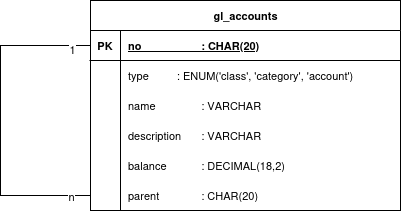
julien-zigan/Kontenplan.Server keeps this draw.io diagram as docs/datamodels/rm/GL_Account.RM.drawio.png. Above is the earlier version. Source tidied: cells renumbered, new cells last; positions are measured from the earlier drawing's top-left corner, leaving out a move shared by most shapes. Source of this version:
```xml
<mxGraphModel>
  <root>
    <mxCell id="0" />
    <mxCell id="1" parent="0" />
    <mxCell id="2" style="edgeStyle=orthogonalEdgeStyle;shape=connector;rounded=0;jettySize=auto;html=1;entryX=0;entryY=0.5;entryDx=0;entryDy=0;strokeColor=default;align=center;verticalAlign=middle;fontFamily=Helvetica;fontSize=11;fontColor=default;labelBackgroundColor=default;endArrow=none;endFill=0;" parent="1" edge="1" source="21" target="6">
      <mxGeometry relative="1" as="geometry">
        <Array as="points">
          <mxPoint y="195" />
          <mxPoint y="45" />
        </Array>
      </mxGeometry>
    </mxCell>
    <mxCell id="3" value="n" style="edgeLabel;html=1;align=center;verticalAlign=middle;fontFamily=Helvetica;fontSize=11;fontColor=default;labelBackgroundColor=default;" parent="2" vertex="1">
      <mxGeometry x="-0.88" relative="1" as="geometry" />
    </mxCell>
    <mxCell id="4" value="1" style="edgeLabel;html=1;align=center;verticalAlign=middle;fontFamily=Helvetica;fontSize=11;fontColor=default;labelBackgroundColor=default;" parent="2" vertex="1">
      <mxGeometry x="0.89" y="-3" relative="1" as="geometry" />
    </mxCell>
    <mxCell id="5" value="gl_accounts" style="shape=table;startSize=30;rowLines=0;fontStyle=1;align=center;html=1;fontFamily=Helvetica;fontSize=11;fontColor=default;labelBackgroundColor=default;" parent="1" vertex="1">
      <mxGeometry x="90" width="310" height="210" as="geometry" />
    </mxCell>
    <mxCell id="6" style="shape=tableRow;horizontal=0;startSize=0;swimlaneHead=0;swimlaneBody=0;fillColor=none;points=[[0,0.5],[1,0.5]];portConstraint=eastwest;top=0;left=0;right=0;bottom=1;fontFamily=Helvetica;fontSize=11;fontColor=default;labelBackgroundColor=default;" parent="5" vertex="1">
      <mxGeometry y="30" width="310" height="30" as="geometry" />
    </mxCell>
    <mxCell id="7" value="PK" style="shape=partialRectangle;fillColor=none;top=0;left=0;bottom=0;right=0;fontStyle=1;overflow=hidden;whiteSpace=wrap;html=1;fontFamily=Helvetica;fontSize=11;fontColor=default;labelBackgroundColor=default;" parent="6" vertex="1">
      <mxGeometry width="30" height="30" as="geometry" />
    </mxCell>
    <mxCell id="8" value="no&lt;span style=&quot;white-space: pre;&quot;&gt;&#9;&lt;span style=&quot;white-space: pre;&quot;&gt;&#9;&lt;/span&gt;&lt;span style=&quot;white-space: pre;&quot;&gt;&#9;&lt;/span&gt;: CHAR(20)&lt;/span&gt;" style="shape=partialRectangle;fillColor=none;top=0;left=0;bottom=0;right=0;align=left;spacingLeft=6;fontStyle=5;overflow=hidden;whiteSpace=wrap;html=1;fontFamily=Helvetica;fontSize=11;fontColor=default;labelBackgroundColor=default;" parent="6" vertex="1">
      <mxGeometry x="30" width="280" height="30" as="geometry" />
    </mxCell>
    <mxCell id="9" style="shape=tableRow;horizontal=0;startSize=0;swimlaneHead=0;swimlaneBody=0;fillColor=none;top=0;left=0;right=0;bottom=0;fontFamily=Helvetica;fontSize=11;fontColor=default;labelBackgroundColor=default;" parent="5" vertex="1">
      <mxGeometry y="60" width="310" height="30" as="geometry" />
    </mxCell>
    <mxCell id="10" style="shape=partialRectangle;fillColor=none;top=0;left=0;bottom=0;right=0;overflow=hidden;whiteSpace=wrap;html=1;fontFamily=Helvetica;fontSize=11;fontColor=default;labelBackgroundColor=default;" parent="9" vertex="1">
      <mxGeometry width="30" height="30" as="geometry" />
    </mxCell>
    <mxCell id="11" value="type&lt;span style=&quot;white-space: pre;&quot;&gt;&#9;&lt;/span&gt;&lt;span style=&quot;white-space: pre;&quot;&gt;&#9;&lt;/span&gt;: ENUM('class', 'category', 'account')" style="shape=partialRectangle;fillColor=none;top=0;left=0;bottom=0;right=0;align=left;spacingLeft=6;overflow=hidden;whiteSpace=wrap;html=1;fontFamily=Helvetica;fontSize=11;fontColor=default;labelBackgroundColor=default;" parent="9" vertex="1">
      <mxGeometry x="30" width="280" height="30" as="geometry" />
    </mxCell>
    <mxCell id="12" style="shape=tableRow;horizontal=0;startSize=0;swimlaneHead=0;swimlaneBody=0;fillColor=none;top=0;left=0;right=0;bottom=0;fontFamily=Helvetica;fontSize=11;fontColor=default;labelBackgroundColor=default;" parent="5" vertex="1">
      <mxGeometry y="90" width="310" height="30" as="geometry" />
    </mxCell>
    <mxCell id="13" style="shape=partialRectangle;fillColor=none;top=0;left=0;bottom=0;right=0;overflow=hidden;whiteSpace=wrap;html=1;fontFamily=Helvetica;fontSize=11;fontColor=default;labelBackgroundColor=default;" parent="12" vertex="1">
      <mxGeometry width="30" height="30" as="geometry" />
    </mxCell>
    <mxCell id="14" value="name&lt;span style=&quot;white-space: pre;&quot;&gt;&#9;&lt;/span&gt;&lt;span style=&quot;white-space: pre;&quot;&gt;&#9;: VARCHAR&lt;/span&gt;" style="shape=partialRectangle;fillColor=none;top=0;left=0;bottom=0;right=0;align=left;spacingLeft=6;overflow=hidden;whiteSpace=wrap;html=1;fontFamily=Helvetica;fontSize=11;fontColor=default;labelBackgroundColor=default;" parent="12" vertex="1">
      <mxGeometry x="30" width="280" height="30" as="geometry" />
    </mxCell>
    <mxCell id="15" style="shape=tableRow;horizontal=0;startSize=0;swimlaneHead=0;swimlaneBody=0;fillColor=none;top=0;left=0;right=0;bottom=0;fontFamily=Helvetica;fontSize=11;fontColor=default;labelBackgroundColor=default;" parent="5" vertex="1">
      <mxGeometry y="120" width="310" height="30" as="geometry" />
    </mxCell>
    <mxCell id="16" style="shape=partialRectangle;fillColor=none;top=0;left=0;bottom=0;right=0;overflow=hidden;whiteSpace=wrap;html=1;fontFamily=Helvetica;fontSize=11;fontColor=default;labelBackgroundColor=default;" parent="15" vertex="1">
      <mxGeometry width="30" height="30" as="geometry" />
    </mxCell>
    <mxCell id="17" value="&lt;div&gt;description&lt;span style=&quot;white-space: pre;&quot;&gt;&#9;&lt;/span&gt;: VARCHAR&lt;/div&gt;" style="shape=partialRectangle;fillColor=none;top=0;left=0;bottom=0;right=0;align=left;spacingLeft=6;overflow=hidden;whiteSpace=wrap;html=1;fontFamily=Helvetica;fontSize=11;fontColor=default;labelBackgroundColor=default;" parent="15" vertex="1">
      <mxGeometry x="30" width="280" height="30" as="geometry" />
    </mxCell>
    <mxCell id="18" style="shape=tableRow;horizontal=0;startSize=0;swimlaneHead=0;swimlaneBody=0;fillColor=none;top=0;left=0;right=0;bottom=0;fontFamily=Helvetica;fontSize=11;fontColor=default;labelBackgroundColor=default;" parent="5" vertex="1">
      <mxGeometry y="150" width="310" height="30" as="geometry" />
    </mxCell>
    <mxCell id="19" style="shape=partialRectangle;fillColor=none;top=0;left=0;bottom=0;right=0;overflow=hidden;whiteSpace=wrap;html=1;fontFamily=Helvetica;fontSize=11;fontColor=default;labelBackgroundColor=default;" parent="18" vertex="1">
      <mxGeometry width="30" height="30" as="geometry" />
    </mxCell>
    <mxCell id="20" value="balance&lt;span style=&quot;white-space: pre;&quot;&gt;&#9;&lt;/span&gt;&lt;span style=&quot;white-space: pre;&quot;&gt;&#9;&lt;/span&gt;: DECIMAL(18,2)" style="shape=partialRectangle;fillColor=none;top=0;left=0;bottom=0;right=0;align=left;spacingLeft=6;overflow=hidden;whiteSpace=wrap;html=1;fontFamily=Helvetica;fontSize=11;fontColor=default;labelBackgroundColor=default;" parent="18" vertex="1">
      <mxGeometry x="30" width="280" height="30" as="geometry" />
    </mxCell>
    <mxCell id="21" style="shape=tableRow;horizontal=0;startSize=0;swimlaneHead=0;swimlaneBody=0;fillColor=none;points=[[0,0.5],[1,0.5]];portConstraint=eastwest;top=0;left=0;right=0;bottom=0;fontFamily=Helvetica;fontSize=11;fontColor=default;labelBackgroundColor=default;" parent="5" vertex="1">
      <mxGeometry y="180" width="310" height="30" as="geometry" />
    </mxCell>
    <mxCell id="22" style="shape=partialRectangle;fillColor=none;top=0;left=0;bottom=0;right=0;overflow=hidden;whiteSpace=wrap;html=1;fontFamily=Helvetica;fontSize=11;fontColor=default;labelBackgroundColor=default;" parent="21" vertex="1">
      <mxGeometry width="30" height="30" as="geometry" />
    </mxCell>
    <mxCell id="23" value="&lt;span style=&quot;white-space: pre;&quot;&gt;parent&#9;&lt;/span&gt;&lt;span style=&quot;white-space: pre;&quot;&gt;&#9;&lt;/span&gt;: CHAR(20)" style="shape=partialRectangle;fillColor=none;top=0;left=0;bottom=0;right=0;align=left;spacingLeft=6;overflow=hidden;whiteSpace=wrap;html=1;fontFamily=Helvetica;fontSize=11;fontColor=default;labelBackgroundColor=default;" parent="21" vertex="1">
      <mxGeometry x="30" width="280" height="30" as="geometry" />
    </mxCell>
  </root>
</mxGraphModel>
```
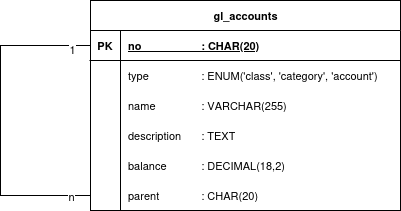
After the commit.

Commit message:
[Docs] update relational model of G/L Account

Diff of the diagram source:
```diff
@@ -34,7 +34,7 @@
     <mxCell id="10" style="shape=partialRectangle;fillColor=none;top=0;left=0;bottom=0;right=0;overflow=hidden;whiteSpace=wrap;html=1;fontFamily=Helvetica;fontSize=11;fontColor=default;labelBackgroundColor=default;" parent="9" vertex="1">
       <mxGeometry width="30" height="30" as="geometry" />
     </mxCell>
-    <mxCell id="11" value="type&lt;span style=&quot;white-space: pre;&quot;&gt;&#9;&lt;/span&gt;&lt;span style=&quot;white-space: pre;&quot;&gt;&#9;&lt;/span&gt;: ENUM('class', 'category', 'account')" style="shape=partialRectangle;fillColor=none;top=0;left=0;bottom=0;right=0;align=left;spacingLeft=6;overflow=hidden;whiteSpace=wrap;html=1;fontFamily=Helvetica;fontSize=11;fontColor=default;labelBackgroundColor=default;" parent="9" vertex="1">
+    <mxCell id="11" value="type&lt;span style=&quot;white-space: pre;&quot;&gt;&#9;&lt;/span&gt;&lt;span style=&quot;white-space: pre;&quot;&gt;&#9;&lt;/span&gt;&lt;span style=&quot;white-space: pre;&quot;&gt;&#9;&lt;/span&gt;: ENUM('class', 'category', 'account')" style="shape=partialRectangle;fillColor=none;top=0;left=0;bottom=0;right=0;align=left;spacingLeft=6;overflow=hidden;whiteSpace=wrap;html=1;fontFamily=Helvetica;fontSize=11;fontColor=default;labelBackgroundColor=default;" parent="9" vertex="1">
       <mxGeometry x="30" width="280" height="30" as="geometry" />
     </mxCell>
     <mxCell id="12" style="shape=tableRow;horizontal=0;startSize=0;swimlaneHead=0;swimlaneBody=0;fillColor=none;top=0;left=0;right=0;bottom=0;fontFamily=Helvetica;fontSize=11;fontColor=default;labelBackgroundColor=default;" parent="5" vertex="1">
@@ -43,7 +43,7 @@
     <mxCell id="13" style="shape=partialRectangle;fillColor=none;top=0;left=0;bottom=0;right=0;overflow=hidden;whiteSpace=wrap;html=1;fontFamily=Helvetica;fontSize=11;fontColor=default;labelBackgroundColor=default;" parent="12" vertex="1">
       <mxGeometry width="30" height="30" as="geometry" />
     </mxCell>
-    <mxCell id="14" value="name&lt;span style=&quot;white-space: pre;&quot;&gt;&#9;&lt;/span&gt;&lt;span style=&quot;white-space: pre;&quot;&gt;&#9;: VARCHAR&lt;/span&gt;" style="shape=partialRectangle;fillColor=none;top=0;left=0;bottom=0;right=0;align=left;spacingLeft=6;overflow=hidden;whiteSpace=wrap;html=1;fontFamily=Helvetica;fontSize=11;fontColor=default;labelBackgroundColor=default;" parent="12" vertex="1">
+    <mxCell id="14" value="name&lt;span style=&quot;white-space: pre;&quot;&gt;&#9;&lt;/span&gt;&lt;span style=&quot;white-space: pre;&quot;&gt;&#9;: VARCHAR&lt;/span&gt;(255)" style="shape=partialRectangle;fillColor=none;top=0;left=0;bottom=0;right=0;align=left;spacingLeft=6;overflow=hidden;whiteSpace=wrap;html=1;fontFamily=Helvetica;fontSize=11;fontColor=default;labelBackgroundColor=default;" parent="12" vertex="1">
       <mxGeometry x="30" width="280" height="30" as="geometry" />
     </mxCell>
     <mxCell id="15" style="shape=tableRow;horizontal=0;startSize=0;swimlaneHead=0;swimlaneBody=0;fillColor=none;top=0;left=0;right=0;bottom=0;fontFamily=Helvetica;fontSize=11;fontColor=default;labelBackgroundColor=default;" parent="5" vertex="1">
@@ -52,7 +52,7 @@
     <mxCell id="16" style="shape=partialRectangle;fillColor=none;top=0;left=0;bottom=0;right=0;overflow=hidden;whiteSpace=wrap;html=1;fontFamily=Helvetica;fontSize=11;fontColor=default;labelBackgroundColor=default;" parent="15" vertex="1">
       <mxGeometry width="30" height="30" as="geometry" />
     </mxCell>
-    <mxCell id="17" value="&lt;div&gt;description&lt;span style=&quot;white-space: pre;&quot;&gt;&#9;&lt;/span&gt;: VARCHAR&lt;/div&gt;" style="shape=partialRectangle;fillColor=none;top=0;left=0;bottom=0;right=0;align=left;spacingLeft=6;overflow=hidden;whiteSpace=wrap;html=1;fontFamily=Helvetica;fontSize=11;fontColor=default;labelBackgroundColor=default;" parent="15" vertex="1">
+    <mxCell id="17" value="&lt;div&gt;description&lt;span style=&quot;white-space: pre;&quot;&gt;&#9;&lt;/span&gt;: TEXT&lt;/div&gt;" style="shape=partialRectangle;fillColor=none;top=0;left=0;bottom=0;right=0;align=left;spacingLeft=6;overflow=hidden;whiteSpace=wrap;html=1;fontFamily=Helvetica;fontSize=11;fontColor=default;labelBackgroundColor=default;" parent="15" vertex="1">
       <mxGeometry x="30" width="280" height="30" as="geometry" />
     </mxCell>
     <mxCell id="18" style="shape=tableRow;horizontal=0;startSize=0;swimlaneHead=0;swimlaneBody=0;fillColor=none;top=0;left=0;right=0;bottom=0;fontFamily=Helvetica;fontSize=11;fontColor=default;labelBackgroundColor=default;" parent="5" vertex="1">
```
